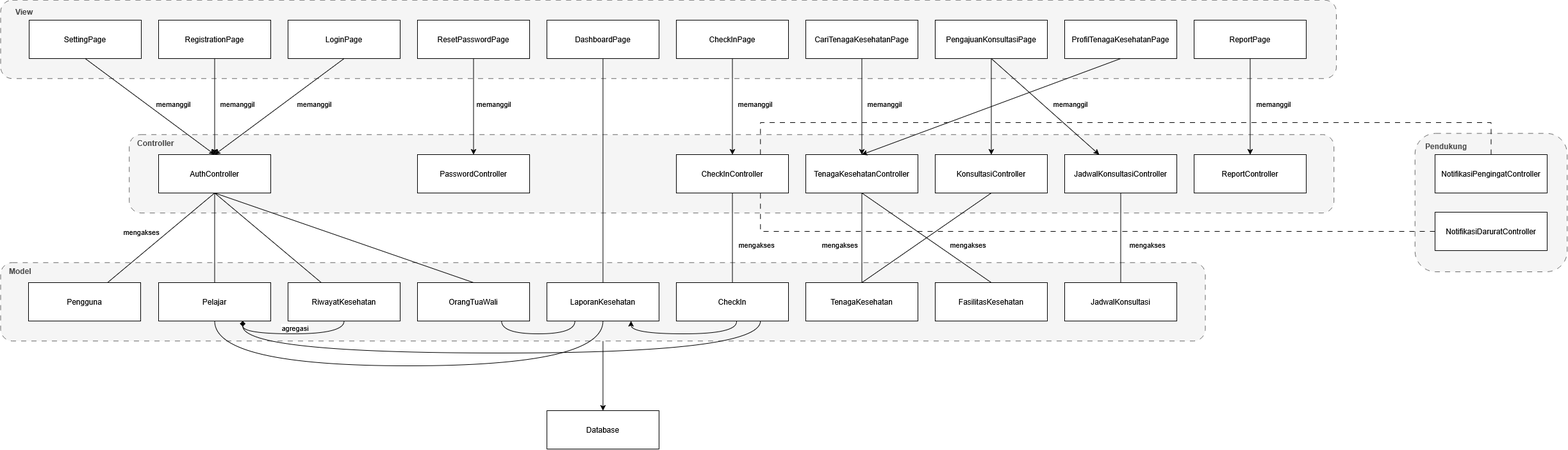
Before: docs/M7/assets/diagram/logical-view.png, a diagram exported from draw.io (cynthiawinda/IF2150-RPL-K03-G04). Source tidied: cells renumbered, new cells last; positions are measured from the earlier drawing's top-left corner, leaving out a move shared by most shapes.
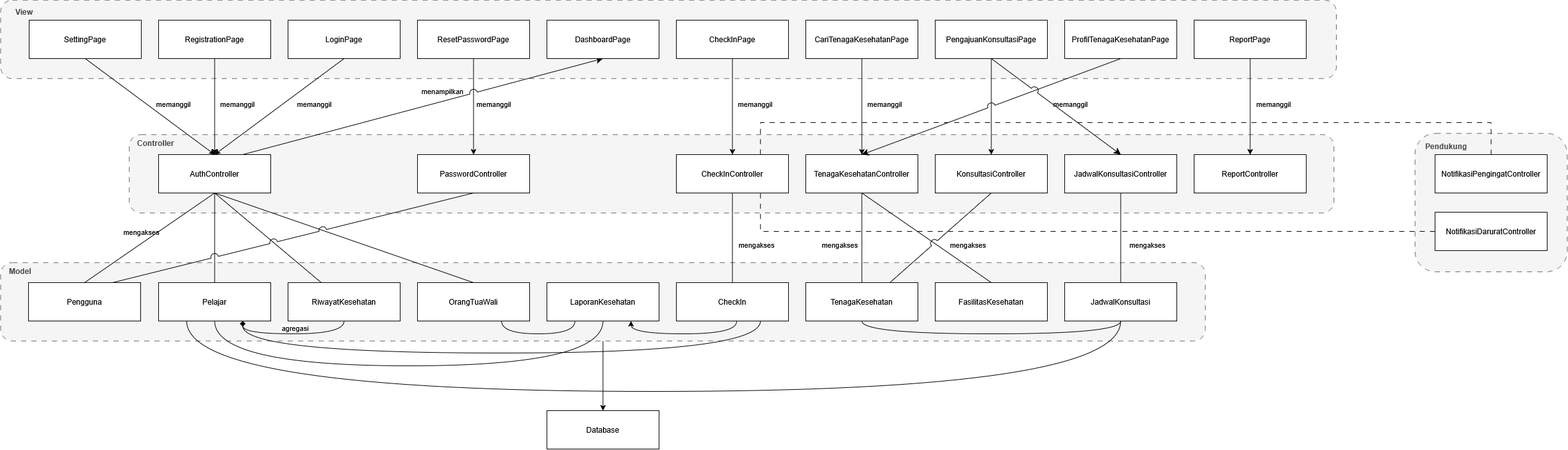
Later version of the same file.

Commit message:
docs: melengkapi dan revisi logical view

Change to the diagram source:
```diff
@@ -39,6 +39,14 @@
         </Array>
       </mxGeometry>
     </mxCell>
+    <mxCell id="83" style="edgeStyle=orthogonalEdgeStyle;shape=connector;curved=1;rounded=0;jettySize=auto;html=1;entryX=0.5;entryY=1;entryDx=0;entryDy=0;strokeColor=default;align=center;verticalAlign=middle;fontFamily=Helvetica;fontSize=11;fontColor=default;labelBackgroundColor=default;endArrow=none;exitX=0.25;exitY=1;exitDx=0;exitDy=0;curveGeometry=1;endFill=0;" parent="1" edge="1" source="11" target="17">
+      <mxGeometry x="0.07" relative="1" as="geometry">
+        <Array as="points">
+          <mxPoint x="289.8" y="611" />
+          <mxPoint x="1747.5" y="611" />
+        </Array>
+      </mxGeometry>
+    </mxCell>
     <mxCell id="11" value="Pelajar" style="rounded=0;whiteSpace=wrap;html=1;shadow=0;" parent="1" vertex="1">
       <mxGeometry x="246" y="441" width="175" height="60" as="geometry" />
     </mxCell>
@@ -54,6 +62,9 @@
     <mxCell id="15" value="FasilitasKesehatan" style="rounded=0;whiteSpace=wrap;html=1;shadow=0;" parent="1" vertex="1">
       <mxGeometry x="1458" y="441" width="175" height="60" as="geometry" />
     </mxCell>
+    <mxCell id="84" style="edgeStyle=orthogonalEdgeStyle;shape=connector;curved=1;rounded=0;jettySize=auto;html=1;entryX=0.5;entryY=1;entryDx=0;entryDy=0;strokeColor=default;align=center;verticalAlign=middle;fontFamily=Helvetica;fontSize=11;fontColor=default;labelBackgroundColor=default;endArrow=none;endFill=0;curveGeometry=1;exitX=0.5;exitY=1;exitDx=0;exitDy=0;" parent="1" edge="1" source="16" target="17">
+      <mxGeometry relative="1" as="geometry" />
+    </mxCell>
     <mxCell id="16" value="TenagaKesehatan" style="rounded=0;whiteSpace=wrap;html=1;shadow=0;" parent="1" vertex="1">
       <mxGeometry x="1256" y="441" width="175" height="60" as="geometry" />
     </mxCell>
@@ -144,6 +155,11 @@
         <mxPoint x="122" y="346" as="offset" />
       </mxGeometry>
     </mxCell>
+    <mxCell id="85" value="menampilkan" style="edgeLabel;html=1;align=center;verticalAlign=middle;" parent="21" vertex="1">
+      <mxGeometry x="-0.01" y="3" relative="1" as="geometry">
+        <mxPoint x="352" y="-24" as="offset" />
+      </mxGeometry>
+    </mxCell>
     <mxCell id="36" style="edgeStyle=orthogonalEdgeStyle;rounded=0;jettySize=auto;html=1;endArrow=classic;endFill=1;" parent="1" edge="1" source="68" target="49">
       <mxGeometry relative="1" as="geometry" />
     </mxCell>
@@ -159,7 +175,7 @@
     <mxCell id="40" style="edgeStyle=orthogonalEdgeStyle;rounded=0;jettySize=auto;html=1;entryX=0.5;entryY=0;entryDx=0;entryDy=0;endArrow=classic;endFill=1;" parent="1" edge="1" source="73" target="55">
       <mxGeometry relative="1" as="geometry" />
     </mxCell>
-    <mxCell id="41" style="rounded=0;jettySize=auto;html=1;endArrow=none;endFill=0;exitX=0.5;exitY=1;exitDx=0;exitDy=0;" parent="1" edge="1" source="44" target="6">
+    <mxCell id="41" style="rounded=0;jettySize=auto;html=1;endArrow=none;endFill=0;exitX=0.5;exitY=1;exitDx=0;exitDy=0;entryX=0.5;entryY=0;entryDx=0;entryDy=0;" parent="1" edge="1" source="44" target="6">
       <mxGeometry relative="1" as="geometry" />
     </mxCell>
     <mxCell id="42" style="edgeStyle=orthogonalEdgeStyle;rounded=0;jettySize=auto;html=1;entryX=0.5;entryY=0;entryDx=0;entryDy=0;endArrow=none;endFill=0;" parent="1" edge="1" source="44" target="11">
@@ -168,6 +184,9 @@
     <mxCell id="43" style="rounded=0;jettySize=auto;html=1;exitX=0.5;exitY=1;exitDx=0;exitDy=0;endArrow=none;endFill=0;" parent="1" edge="1" source="44" target="19">
       <mxGeometry relative="1" as="geometry" />
     </mxCell>
+    <mxCell id="86" style="shape=connector;curved=0;rounded=1;jumpStyle=arc;jumpSize=12;jettySize=auto;html=1;strokeColor=#000000;strokeWidth=1;align=center;verticalAlign=middle;fontFamily=Recursive;fontSource=https%3A%2F%2Ffonts.googleapis.com%2Fcss%3Ffamily%3DRecursive;fontSize=14;fontColor=#28253D;labelBackgroundColor=#cccccc;defaultLabelBackgroundColor=gap;startArrow=none;endArrow=classic;endSize=8;targetPerimeterSpacing=4;endFill=1;entryX=0.5;entryY=1;entryDx=0;entryDy=0;exitX=0.75;exitY=0;exitDx=0;exitDy=0;" parent="1" edge="1" source="44" target="74">
+      <mxGeometry relative="1" as="geometry" />
+    </mxCell>
     <mxCell id="44" value="AuthController" style="rounded=0;whiteSpace=wrap;html=1;shadow=0;" parent="1" vertex="1">
       <mxGeometry x="246" y="241" width="175" height="60" as="geometry" />
     </mxCell>
@@ -192,7 +211,7 @@
     <mxCell id="51" value="JadwalKonsultasiController" style="rounded=0;whiteSpace=wrap;html=1;shadow=0;" parent="1" vertex="1">
       <mxGeometry x="1660" y="241" width="175" height="60" as="geometry" />
     </mxCell>
-    <mxCell id="52" style="rounded=0;jettySize=auto;html=1;exitX=0.5;exitY=1;exitDx=0;exitDy=0;entryX=0.5;entryY=0;entryDx=0;entryDy=0;endArrow=none;endFill=0;" parent="1" edge="1" source="53" target="16">
+    <mxCell id="52" style="shape=connector;curved=0;rounded=1;jumpStyle=arc;jumpSize=12;jettySize=auto;html=1;strokeColor=#000000;strokeWidth=1;align=center;verticalAlign=middle;fontFamily=Recursive;fontSource=https%3A%2F%2Ffonts.googleapis.com%2Fcss%3Ffamily%3DRecursive;fontSize=14;fontColor=#28253D;labelBackgroundColor=#cccccc;defaultLabelBackgroundColor=gap;startArrow=none;endArrow=none;endSize=8;targetPerimeterSpacing=4;entryX=0.75;entryY=0;entryDx=0;entryDy=0;exitX=0.5;exitY=1;exitDx=0;exitDy=0;endFill=0;" parent="1" edge="1" source="53" target="16">
       <mxGeometry relative="1" as="geometry" />
     </mxCell>
     <mxCell id="53" value="KonsultasiController" style="rounded=0;whiteSpace=wrap;html=1;shadow=0;" parent="1" vertex="1">
@@ -204,9 +223,6 @@
     <mxCell id="55" value="PasswordController" style="rounded=0;whiteSpace=wrap;html=1;shadow=0;" parent="1" vertex="1">
       <mxGeometry x="650" y="241" width="175" height="60" as="geometry" />
     </mxCell>
-    <mxCell id="56" style="rounded=0;jettySize=auto;html=1;endArrow=none;endFill=0;" parent="1" edge="1" source="74" target="14">
-      <mxGeometry relative="1" as="geometry" />
-    </mxCell>
     <mxCell id="57" style="rounded=0;jettySize=auto;html=1;entryX=0.5;entryY=0;entryDx=0;entryDy=0;exitX=0.5;exitY=1;exitDx=0;exitDy=0;endArrow=none;endFill=0;" parent="1" edge="1" source="44" target="12">
       <mxGeometry relative="1" as="geometry" />
     </mxCell>
@@ -234,7 +250,7 @@
     <mxCell id="65" value="CariTenagaKesehatanPage" style="rounded=0;whiteSpace=wrap;html=1;shadow=0;" parent="1" vertex="1">
       <mxGeometry x="1256" y="31" width="175" height="60" as="geometry" />
     </mxCell>
-    <mxCell id="66" style="rounded=0;jettySize=auto;html=1;exitX=0.5;exitY=1;exitDx=0;exitDy=0;entryX=0.5;entryY=0;entryDx=0;entryDy=0;endArrow=classic;endFill=1;" parent="1" edge="1" source="67" target="47">
+    <mxCell id="66" style="rounded=1;jettySize=auto;html=1;exitX=0.5;exitY=1;exitDx=0;exitDy=0;entryX=0.5;entryY=0;entryDx=0;entryDy=0;endArrow=classic;endFill=1;strokeColor=#000000;strokeWidth=1;align=center;verticalAlign=middle;fontFamily=Recursive;fontSource=https%3A%2F%2Ffonts.googleapis.com%2Fcss%3Ffamily%3DRecursive;fontSize=14;fontColor=#28253D;labelBackgroundColor=#cccccc;defaultLabelBackgroundColor=gap;jumpStyle=arc;jumpSize=12;startArrow=none;endSize=8;targetPerimeterSpacing=4;curved=0;" parent="1" edge="1" source="67" target="47">
       <mxGeometry relative="1" as="geometry" />
     </mxCell>
     <mxCell id="67" value="ProfilTenagaKesehatanPage" style="rounded=0;whiteSpace=wrap;html=1;shadow=0;" parent="1" vertex="1">
@@ -243,7 +259,7 @@
     <mxCell id="68" value="CheckInPage" style="rounded=0;whiteSpace=wrap;html=1;shadow=0;" parent="1" vertex="1">
       <mxGeometry x="1054" y="31" width="175" height="60" as="geometry" />
     </mxCell>
-    <mxCell id="69" style="rounded=0;jettySize=auto;html=1;exitX=0.5;exitY=1;exitDx=0;exitDy=0;" parent="1" edge="1" source="70" target="51">
+    <mxCell id="69" style="rounded=1;jettySize=auto;html=1;exitX=0.5;exitY=1;exitDx=0;exitDy=0;strokeColor=#000000;strokeWidth=1;align=center;verticalAlign=middle;fontFamily=Recursive;fontSource=https%3A%2F%2Ffonts.googleapis.com%2Fcss%3Ffamily%3DRecursive;fontSize=14;fontColor=#28253D;labelBackgroundColor=#cccccc;defaultLabelBackgroundColor=gap;jumpStyle=arc;jumpSize=12;startArrow=none;endArrow=classic;endFill=1;endSize=8;targetPerimeterSpacing=4;curved=0;entryX=0.5;entryY=0;entryDx=0;entryDy=0;" parent="1" edge="1" source="70" target="51">
       <mxGeometry relative="1" as="geometry" />
     </mxCell>
     <mxCell id="70" value="PengajuanKonsultasiPage" style="rounded=0;whiteSpace=wrap;html=1;shadow=0;" parent="1" vertex="1">
@@ -290,5 +306,8 @@
     <mxCell id="82" value="&lt;div&gt;Database&lt;/div&gt;" style="rounded=0;whiteSpace=wrap;html=1;shadow=0;" parent="1" vertex="1">
       <mxGeometry x="852" y="641" width="175" height="60" as="geometry" />
     </mxCell>
+    <mxCell id="87" style="shape=connector;curved=0;rounded=1;jumpStyle=arc;jumpSize=12;jettySize=auto;html=1;strokeColor=#000000;strokeWidth=1;align=center;verticalAlign=middle;fontFamily=Recursive;fontSource=https%3A%2F%2Ffonts.googleapis.com%2Fcss%3Ffamily%3DRecursive;fontSize=14;fontColor=#28253D;labelBackgroundColor=#cccccc;defaultLabelBackgroundColor=gap;startArrow=none;endArrow=none;endSize=8;targetPerimeterSpacing=4;exitX=0.5;exitY=1;exitDx=0;exitDy=0;endFill=0;entryX=0.75;entryY=0;entryDx=0;entryDy=0;" parent="1" edge="1" source="55" target="6">
+      <mxGeometry relative="1" as="geometry" />
+    </mxCell>
   </root>
 </mxGraphModel>
```
